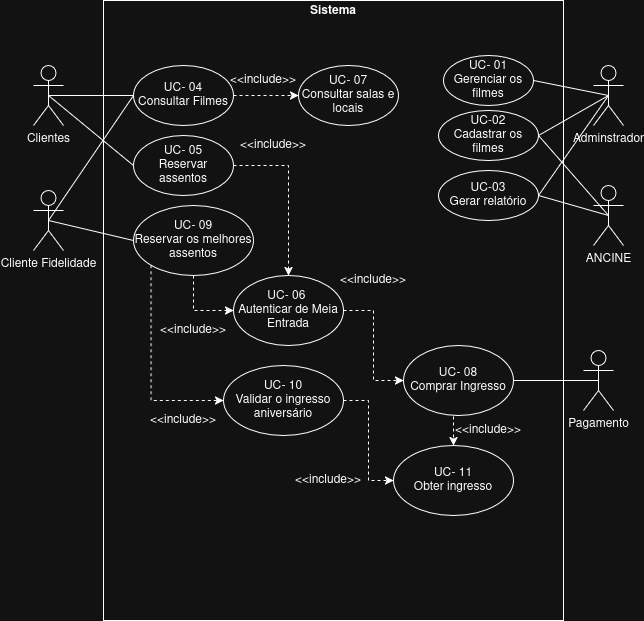
Above: Cinema_fei.png in rotkis/Cinema_FEI (draw.io), before the change. Source tidied: cells renumbered, new cells last; positions are measured from the earlier drawing's top-left corner, leaving out a move shared by most shapes.
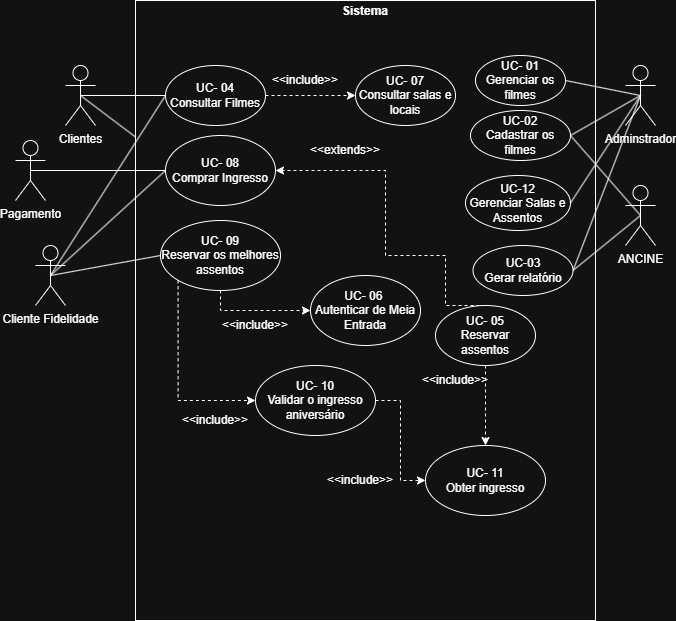
After the commit.

The edit, as a diff of the source:
```diff
@@ -15,10 +15,10 @@
       <mxGeometry x="560" y="185" width="30" height="60" as="geometry" />
     </mxCell>
     <mxCell id="6" value="Cliente Fidelidade" style="shape=umlActor;verticalLabelPosition=bottom;verticalAlign=top;html=1;" parent="1" vertex="1">
-      <mxGeometry y="190" width="30" height="60" as="geometry" />
+      <mxGeometry x="-30" y="245" width="30" height="60" as="geometry" />
     </mxCell>
     <mxCell id="7" value="Pagamento" style="shape=umlActor;verticalLabelPosition=bottom;verticalAlign=top;html=1;" parent="1" vertex="1">
-      <mxGeometry x="550" y="350" width="30" height="60" as="geometry" />
+      <mxGeometry x="-50" y="140" width="30" height="60" as="geometry" />
     </mxCell>
     <mxCell id="8" value="UC- 01&lt;br&gt;Gerenciar os filmes" style="ellipse;whiteSpace=wrap;html=1;" parent="1" vertex="1">
       <mxGeometry x="410" y="55" width="90" height="50" as="geometry" />
@@ -44,24 +44,28 @@
     <mxCell id="15" style="endArrow=none;html=1;rounded=0;entryX=0;entryY=0.5;entryDx=0;entryDy=0;exitX=0.5;exitY=0.5;exitDx=0;exitDy=0;exitPerimeter=0;" parent="1" edge="1" source="2" target="14">
       <mxGeometry relative="1" as="geometry" />
     </mxCell>
-    <mxCell id="16" style="edgeStyle=orthogonalEdgeStyle;rounded=0;jettySize=auto;html=1;exitX=1;exitY=0.5;exitDx=0;exitDy=0;entryX=0.5;entryY=0;entryDx=0;entryDy=0;dashed=1;" parent="1" edge="1" source="17" target="20">
-      <mxGeometry relative="1" as="geometry" />
-    </mxCell>
+    <mxCell id="43" style="edgeStyle=orthogonalEdgeStyle;rounded=0;jettySize=auto;html=1;exitX=0.5;exitY=0;exitDx=0;exitDy=0;entryX=1;entryY=0.5;entryDx=0;entryDy=0;dashed=1;" parent="1" edge="1" source="17" target="28">
+      <mxGeometry relative="1" as="geometry">
+        <Array as="points">
+          <mxPoint x="380" y="305" />
+          <mxPoint x="380" y="255" />
+          <mxPoint x="320" y="255" />
+          <mxPoint x="320" y="170" />
+        </Array>
+      </mxGeometry>
+    </mxCell>
+    <mxCell id="44" style="edgeStyle=orthogonalEdgeStyle;rounded=0;jettySize=auto;html=1;exitX=0.5;exitY=1;exitDx=0;exitDy=0;entryX=0.5;entryY=0;entryDx=0;entryDy=0;dashed=1;" parent="1" edge="1" source="17" target="40">
+      <mxGeometry relative="1" as="geometry" />
+    </mxCell>
     <mxCell id="17" value="UC- 05&lt;br&gt;Reservar assentos" style="ellipse;whiteSpace=wrap;html=1;" parent="1" vertex="1">
-      <mxGeometry x="100" y="135" width="100" height="60" as="geometry" />
+      <mxGeometry x="370" y="305" width="100" height="60" as="geometry" />
     </mxCell>
-    <mxCell id="18" style="endArrow=none;html=1;rounded=0;entryX=0;entryY=0.5;entryDx=0;entryDy=0;exitX=0.5;exitY=0.5;exitDx=0;exitDy=0;exitPerimeter=0;" parent="1" edge="1" source="2" target="17">
+    <mxCell id="18" style="endArrow=none;html=1;rounded=0;exitX=0.5;exitY=0.5;exitDx=0;exitDy=0;exitPerimeter=0;" parent="1" edge="1" source="2" target="3">
       <mxGeometry relative="1" as="geometry" />
     </mxCell>
-    <mxCell id="19" style="edgeStyle=orthogonalEdgeStyle;rounded=0;jettySize=auto;html=1;exitX=1;exitY=0.5;exitDx=0;exitDy=0;entryX=0;entryY=0.5;entryDx=0;entryDy=0;dashed=1;" parent="1" edge="1" source="20" target="28">
-      <mxGeometry relative="1" as="geometry" />
-    </mxCell>
     <mxCell id="20" value="UC- 06&amp;nbsp;&lt;div&gt;Autenticar de Meia Entrada&lt;/div&gt;" style="ellipse;whiteSpace=wrap;html=1;" parent="1" vertex="1">
-      <mxGeometry x="200" y="275" width="110" height="70" as="geometry" />
+      <mxGeometry x="245" y="275" width="110" height="70" as="geometry" />
     </mxCell>
-    <mxCell id="21" value="&amp;lt;&amp;lt;include&amp;gt;&amp;gt;" style="text;html=1;whiteSpace=wrap;strokeColor=none;fillColor=none;align=center;verticalAlign=middle;rounded=0;" parent="1" vertex="1">
-      <mxGeometry x="210" y="130" width="60" height="30" as="geometry" />
-    </mxCell>
     <mxCell id="22" style="endArrow=none;html=1;rounded=0;entryX=1;entryY=0.5;entryDx=0;entryDy=0;exitX=0.5;exitY=0.5;exitDx=0;exitDy=0;exitPerimeter=0;" parent="1" edge="1" source="5" target="30">
       <mxGeometry relative="1" as="geometry" />
     </mxCell>
@@ -72,37 +76,31 @@
       <mxGeometry relative="1" as="geometry" />
     </mxCell>
     <mxCell id="25" value="UC- 07&lt;br&gt;Consultar salas e locais" style="ellipse;whiteSpace=wrap;html=1;" parent="1" vertex="1">
-      <mxGeometry x="265" y="65" width="100" height="60" as="geometry" />
+      <mxGeometry x="290" y="65" width="100" height="60" as="geometry" />
     </mxCell>
     <mxCell id="26" value="&amp;lt;&amp;lt;include&amp;gt;&amp;gt;" style="text;html=1;whiteSpace=wrap;strokeColor=none;fillColor=none;align=center;verticalAlign=middle;rounded=0;" parent="1" vertex="1">
-      <mxGeometry x="200" y="65" width="60" height="30" as="geometry" />
+      <mxGeometry x="210" y="65" width="60" height="30" as="geometry" />
     </mxCell>
-    <mxCell id="27" style="edgeStyle=orthogonalEdgeStyle;rounded=0;jettySize=auto;html=1;exitX=0.5;exitY=1;exitDx=0;exitDy=0;entryX=0.5;entryY=0;entryDx=0;entryDy=0;dashed=1;" parent="1" edge="1" source="28" target="40">
-      <mxGeometry relative="1" as="geometry" />
-    </mxCell>
     <mxCell id="28" value="UC- 08&lt;br&gt;Comprar Ingresso" style="ellipse;whiteSpace=wrap;html=1;" parent="1" vertex="1">
-      <mxGeometry x="370" y="345" width="110" height="70" as="geometry" />
+      <mxGeometry x="100" y="135" width="110" height="70" as="geometry" />
     </mxCell>
-    <mxCell id="29" value="&amp;lt;&amp;lt;include&amp;gt;&amp;gt;" style="text;html=1;whiteSpace=wrap;strokeColor=none;fillColor=none;align=center;verticalAlign=middle;rounded=0;" parent="1" vertex="1">
-      <mxGeometry x="310" y="265" width="60" height="30" as="geometry" />
+    <mxCell id="29" value="&amp;lt;&amp;lt;extends&amp;gt;&amp;gt;" style="text;html=1;whiteSpace=wrap;strokeColor=none;fillColor=none;align=center;verticalAlign=middle;rounded=0;" parent="1" vertex="1">
+      <mxGeometry x="250" y="135" width="60" height="30" as="geometry" />
     </mxCell>
     <mxCell id="30" value="UC-03&lt;div&gt;Gerar relatório&lt;/div&gt;" style="ellipse;whiteSpace=wrap;html=1;" parent="1" vertex="1">
-      <mxGeometry x="405" y="170" width="100" height="50" as="geometry" />
+      <mxGeometry x="407.5" y="245" width="100" height="50" as="geometry" />
     </mxCell>
     <mxCell id="31" style="endArrow=none;html=1;rounded=0;entryX=0.5;entryY=0.5;entryDx=0;entryDy=0;exitX=1;exitY=0.5;exitDx=0;exitDy=0;entryPerimeter=0;" parent="1" edge="1" source="10" target="5">
       <mxGeometry relative="1" as="geometry" />
     </mxCell>
-    <mxCell id="32" style="endArrow=none;html=1;rounded=0;entryX=1;entryY=0.5;entryDx=0;entryDy=0;exitX=0.5;exitY=0.5;exitDx=0;exitDy=0;exitPerimeter=0;" parent="1" edge="1" source="7" target="28">
-      <mxGeometry relative="1" as="geometry" />
-    </mxCell>
     <mxCell id="33" value="UC- 09&lt;br&gt;Reservar os melhores assentos" style="ellipse;whiteSpace=wrap;html=1;" parent="1" vertex="1">
-      <mxGeometry x="100" y="205" width="120" height="70" as="geometry" />
+      <mxGeometry x="95" y="220" width="120" height="70" as="geometry" />
     </mxCell>
     <mxCell id="34" style="edgeStyle=orthogonalEdgeStyle;rounded=0;jettySize=auto;html=1;exitX=0.5;exitY=1;exitDx=0;exitDy=0;entryX=0;entryY=0.5;entryDx=0;entryDy=0;dashed=1;" parent="1" edge="1" source="33" target="20">
       <mxGeometry relative="1" as="geometry" />
     </mxCell>
     <mxCell id="35" value="&amp;lt;&amp;lt;include&amp;gt;&amp;gt;" style="text;html=1;whiteSpace=wrap;strokeColor=none;fillColor=none;align=center;verticalAlign=middle;rounded=0;" parent="1" vertex="1">
-      <mxGeometry x="130" y="315" width="60" height="30" as="geometry" />
+      <mxGeometry x="160" y="310" width="60" height="30" as="geometry" />
     </mxCell>
     <mxCell id="36" style="edgeStyle=orthogonalEdgeStyle;rounded=0;jettySize=auto;html=1;exitX=1;exitY=0.5;exitDx=0;exitDy=0;entryX=0;entryY=0.5;entryDx=0;entryDy=0;dashed=1;" parent="1" edge="1" source="37" target="40">
       <mxGeometry relative="1" as="geometry" />
@@ -123,7 +121,19 @@
       <mxGeometry x="265" y="465" width="60" height="30" as="geometry" />
     </mxCell>
     <mxCell id="42" value="&amp;lt;&amp;lt;include&amp;gt;&amp;gt;" style="text;html=1;whiteSpace=wrap;strokeColor=none;fillColor=none;align=center;verticalAlign=middle;rounded=0;" parent="1" vertex="1">
-      <mxGeometry x="425" y="415" width="60" height="30" as="geometry" />
+      <mxGeometry x="360" y="365" width="60" height="30" as="geometry" />
     </mxCell>
+    <mxCell id="32" style="endArrow=none;html=1;rounded=0;exitX=0.5;exitY=0.5;exitDx=0;exitDy=0;exitPerimeter=0;entryX=0;entryY=0.5;entryDx=0;entryDy=0;" parent="1" edge="1" source="7" target="28">
+      <mxGeometry relative="1" as="geometry" />
+    </mxCell>
+    <mxCell id="45" style="endArrow=none;html=1;rounded=0;entryX=0;entryY=0.5;entryDx=0;entryDy=0;exitX=0.5;exitY=0.5;exitDx=0;exitDy=0;exitPerimeter=0;" parent="1" edge="1" source="6" target="28">
+      <mxGeometry relative="1" as="geometry" />
+    </mxCell>
+    <mxCell id="46" value="UC-12&lt;div&gt;Gerenciar Salas e Assentos&lt;/div&gt;" style="ellipse;whiteSpace=wrap;html=1;" parent="1" vertex="1">
+      <mxGeometry x="400" y="175" width="105" height="55" as="geometry" />
+    </mxCell>
+    <mxCell id="47" style="endArrow=none;html=1;rounded=0;exitX=1;exitY=0.5;exitDx=0;exitDy=0;entryX=0.5;entryY=0.5;entryDx=0;entryDy=0;entryPerimeter=0;" parent="1" edge="1" source="46" target="4">
+      <mxGeometry relative="1" as="geometry" />
+    </mxCell>
   </root>
 </mxGraphModel>
```
